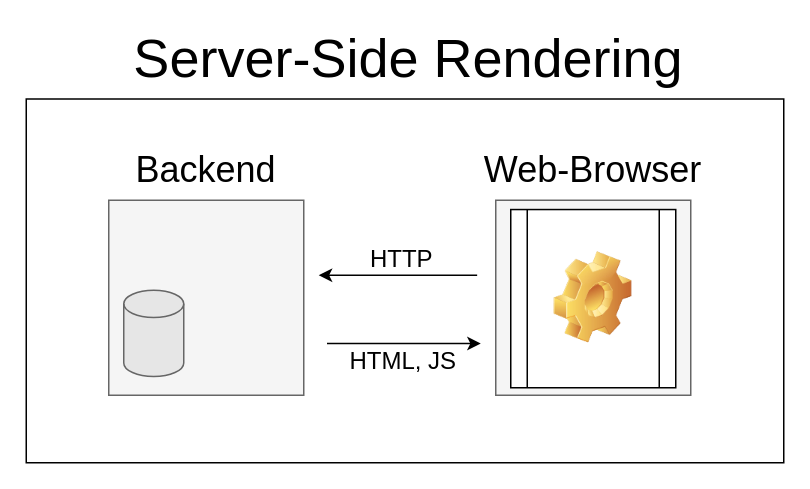
This is images/ServerSide.drawio from DamianB-BitFlipper/MEng-Thesis, a draw.io file, before an edit. Source tidied: cells renumbered, new cells numbered last; positions are measured from the earlier drawing's top-left corner, leaving out a move shared by most shapes. Both pictures are drawn from the tidied source at 150%, with x=0, y=0 at pixel (26, 42).
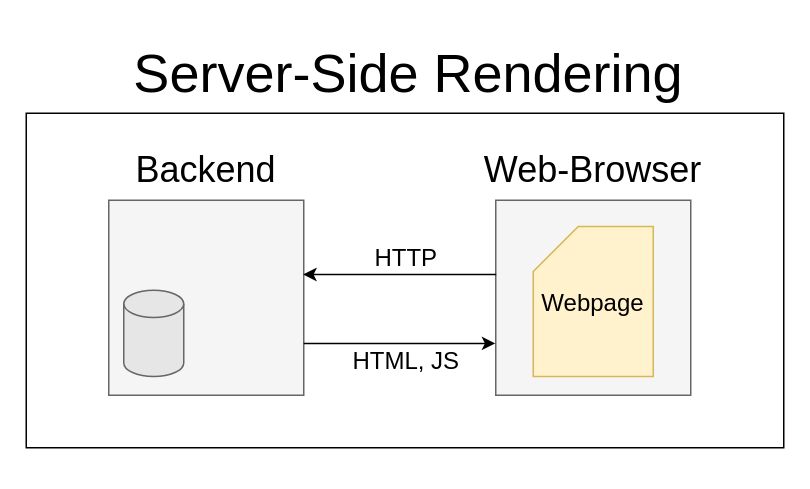
After the change.

Change to the diagram source:
```diff
@@
 <mxGraphModel>
   <root>
     <mxCell id="0" />
     <mxCell id="1" parent="0" />
     <mxCell id="2" style="rounded=0;whiteSpace=wrap;html=1;" parent="1" vertex="1">
-      <mxGeometry y="37.5" width="505" height="242.5" as="geometry" />
+      <mxGeometry y="47" width="505" height="223" as="geometry" />
     </mxCell>
     <mxCell id="3" value="&lt;font style=&quot;font-size: 36px&quot;&gt;Server-Side Rendering&lt;br&gt;&lt;/font&gt;" style="text;html=1;strokeColor=none;fillColor=none;align=center;verticalAlign=middle;whiteSpace=wrap;rounded=0;" parent="1" vertex="1">
-      <mxGeometry x="5" width="500" height="20" as="geometry" />
+      <mxGeometry x="5" y="10" width="500" height="20" as="geometry" />
     </mxCell>
     <mxCell id="4" style="rounded=0;whiteSpace=wrap;html=1;fillColor=#f5f5f5;strokeColor=#666666;fontColor=#333333;" parent="1" vertex="1">
       <mxGeometry x="55" y="105" width="130" height="130" as="geometry" />
     </mxCell>
     <mxCell id="5" value="&lt;font style=&quot;font-size: 24px&quot;&gt;Backend&lt;/font&gt;" style="text;html=1;strokeColor=none;fillColor=none;align=center;verticalAlign=middle;whiteSpace=wrap;rounded=0;" parent="1" vertex="1">
       <mxGeometry x="55" y="75" width="130" height="20" as="geometry" />
     </mxCell>
     <mxCell id="6" style="shape=cylinder3;whiteSpace=wrap;html=1;boundedLbl=1;backgroundOutline=1;size=9.068965517241338;strokeColor=#666666;fontColor=#333333;fillColor=#E6E6E6;" parent="1" vertex="1">
       <mxGeometry x="65" y="165" width="40" height="57.5" as="geometry" />
     </mxCell>
     <mxCell id="7" style="rounded=0;whiteSpace=wrap;html=1;fillColor=#f5f5f5;strokeColor=#666666;fontColor=#333333;" parent="1" vertex="1">
       <mxGeometry x="313" y="105" width="130" height="130" as="geometry" />
     </mxCell>
     <mxCell id="8" value="&lt;font style=&quot;font-size: 24px&quot;&gt;Web-Browser&lt;/font&gt;" style="text;html=1;strokeColor=none;fillColor=none;align=center;verticalAlign=middle;whiteSpace=wrap;rounded=0;" parent="1" vertex="1">
       <mxGeometry x="303" y="75" width="150" height="20" as="geometry" />
     </mxCell>
-    <mxCell id="9" style="shape=process;whiteSpace=wrap;html=1;backgroundOutline=1;" parent="1" vertex="1">
-      <mxGeometry x="323" y="111.2" width="110" height="118.8" as="geometry" />
-    </mxCell>
-    <mxCell id="10" style="shape=image;html=1;verticalLabelPosition=bottom;verticalAlign=top;imageAspect=1;image=img/clipart/Gear_128x128.png;" parent="1" vertex="1">
-      <mxGeometry x="352" y="139.5" width="52" height="61" as="geometry" />
-    </mxCell>
-    <mxCell id="11" style="endArrow=classic;html=1;entryX=0.597;entryY=0.493;entryDx=0;entryDy=0;entryPerimeter=0;exitX=0.735;exitY=0.493;exitDx=0;exitDy=0;exitPerimeter=0;" parent="1" edge="1">
-      <mxGeometry relative="1" as="geometry">
-        <mxPoint x="300.6" y="155" as="sourcePoint" />
-        <mxPoint x="195" y="155" as="targetPoint" />
-      </mxGeometry>
+    <mxCell id="11" style="endArrow=classic;html=1;entryX=0.997;entryY=0.381;entryDx=0;entryDy=0;entryPerimeter=0;exitX=0.002;exitY=0.381;exitDx=0;exitDy=0;exitPerimeter=0;" parent="1" edge="1" source="7" target="4">
+      <mxGeometry relative="1" as="geometry" />
     </mxCell>
     <mxCell id="12" value="&lt;div&gt;HTTP&lt;/div&gt;" style="edgeLabel;html=1;align=center;verticalAlign=middle;fontSize=16;" parent="11" vertex="1">
       <mxGeometry x="0.15" y="1" relative="1" as="geometry">
-        <mxPoint x="10" y="-13" as="offset" />
+        <mxPoint x="13" y="-13" as="offset" />
       </mxGeometry>
     </mxCell>
-    <mxCell id="13" style="endArrow=classic;html=1;fontSize=16;exitX=0.261;exitY=0.67;exitDx=0;exitDy=0;exitPerimeter=0;entryX=0.395;entryY=0.67;entryDx=0;entryDy=0;entryPerimeter=0;" parent="1" edge="1">
-      <mxGeometry relative="1" as="geometry">
-        <mxPoint x="200.5" y="200.5" as="sourcePoint" />
-        <mxPoint x="303" y="200.5" as="targetPoint" />
-      </mxGeometry>
+    <mxCell id="13" style="endArrow=classic;html=1;fontSize=16;exitX=1;exitY=0.734;exitDx=0;exitDy=0;exitPerimeter=0;entryX=-0.002;entryY=0.734;entryDx=0;entryDy=0;entryPerimeter=0;" parent="1" edge="1" source="4" target="7">
+      <mxGeometry relative="1" as="geometry" />
     </mxCell>
     <mxCell id="14" value="&lt;div&gt;HTML, JS&lt;br&gt;&lt;/div&gt;" style="edgeLabel;html=1;align=center;verticalAlign=middle;fontSize=16;" parent="13" vertex="1">
       <mxGeometry x="0.86" relative="1" as="geometry">
-        <mxPoint x="-45" y="11" as="offset" />
+        <mxPoint x="-52" y="11" as="offset" />
       </mxGeometry>
     </mxCell>
+    <mxCell id="15" value="&lt;font style=&quot;font-size: 16px&quot;&gt;Webpage&lt;/font&gt;" style="shape=card;whiteSpace=wrap;html=1;fillColor=#fff2cc;strokeColor=#d6b656;" parent="1" vertex="1">
+      <mxGeometry x="338" y="122.5" width="80" height="100" as="geometry" />
+    </mxCell>
   </root>
 </mxGraphModel>
```
